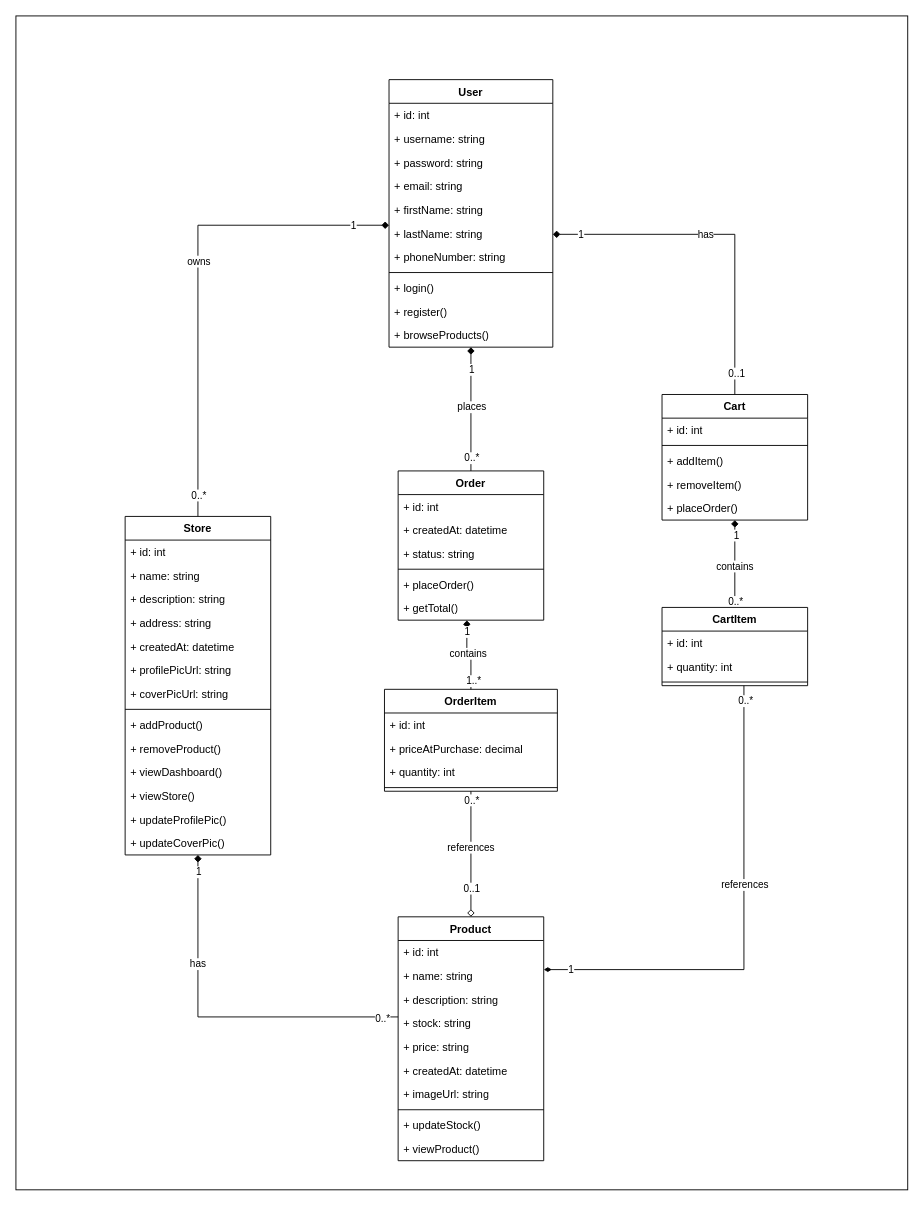
The draw.io diagram page "Class Diagram" (2 of 2) of E-Commerce API Use-case diagram.drawio in RHILIUS/drawio, before the edit. Source tidied: cells renumbered, new cells numbered last; positions are measured from the earlier drawing's top-left corner, leaving out a move shared by most shapes. Both pictures are drawn from the tidied source at 91%, with x=0, y=0 at pixel (15, 15).
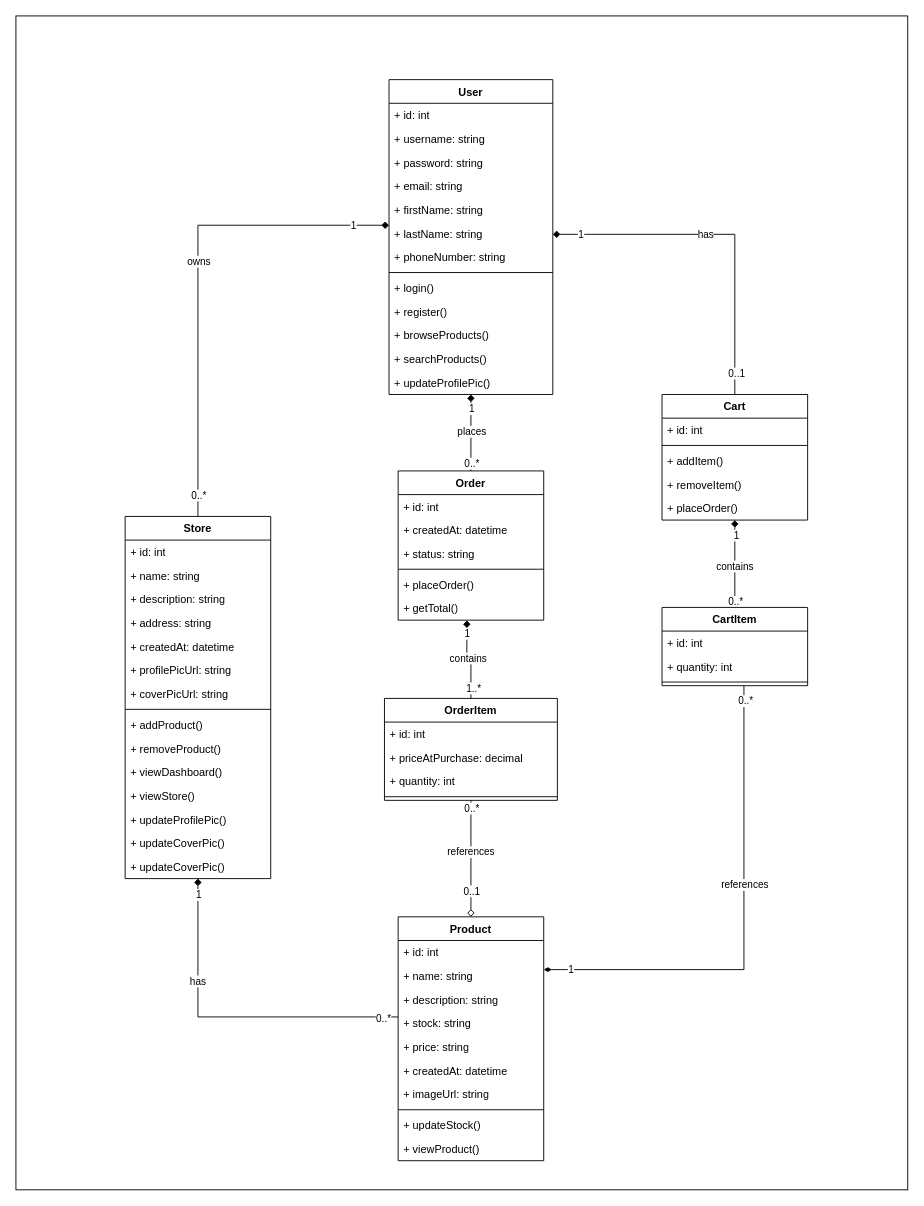
The same page after the edit.

What changed in the source:
```diff
@@
     <mxCell id="3" value="User" style="swimlane;fontStyle=1;align=center;verticalAlign=top;horizontal=1;startSize=26;whiteSpace=wrap;html=1;" parent="1" vertex="1">
-      <mxGeometry x="410" y="70" width="180" height="294" as="geometry" />
+      <mxGeometry x="410" y="70" width="180" height="346" as="geometry" />
     </mxCell>
@@
+    <mxCell id="95" value="+ searchProducts()" style="text;strokeColor=none;fillColor=none;align=left;verticalAlign=top;spacingLeft=4;spacingRight=4;overflow=hidden;whiteSpace=wrap;html=1;" parent="3" vertex="1">
+      <mxGeometry y="294" width="180" height="26" as="geometry" />
+    </mxCell>
+    <mxCell id="96" value="+ updateProfilePic()" style="text;strokeColor=none;fillColor=none;align=left;verticalAlign=top;spacingLeft=4;spacingRight=4;overflow=hidden;whiteSpace=wrap;html=1;" parent="3" vertex="1">
+      <mxGeometry y="320" width="180" height="26" as="geometry" />
+    </mxCell>
@@
     <mxCell id="63" value="OrderItem" style="swimlane;fontStyle=1;align=center;verticalAlign=top;horizontal=1;startSize=26;whiteSpace=wrap;html=1;" parent="1" vertex="1">
-      <mxGeometry x="405" y="740" width="190" height="112" as="geometry" />
+      <mxGeometry x="405" y="750" width="190" height="112" as="geometry" />
     </mxCell>
@@
     <mxCell id="80" value="Store" style="swimlane;fontStyle=1;align=center;verticalAlign=top;horizontal=1;startSize=26;whiteSpace=wrap;html=1;" parent="1" vertex="1">
-      <mxGeometry x="120" y="550" width="160" height="372" as="geometry" />
+      <mxGeometry x="120" y="550" width="160" height="398" as="geometry" />
     </mxCell>
@@
+    <mxCell id="97" value="+ updateCoverPic()" style="text;strokeColor=none;fillColor=none;align=left;verticalAlign=top;spacingLeft=4;spacingRight=4;overflow=hidden;whiteSpace=wrap;html=1;" parent="80" vertex="1">
+      <mxGeometry y="372" width="160" height="26" as="geometry" />
+    </mxCell>
```
